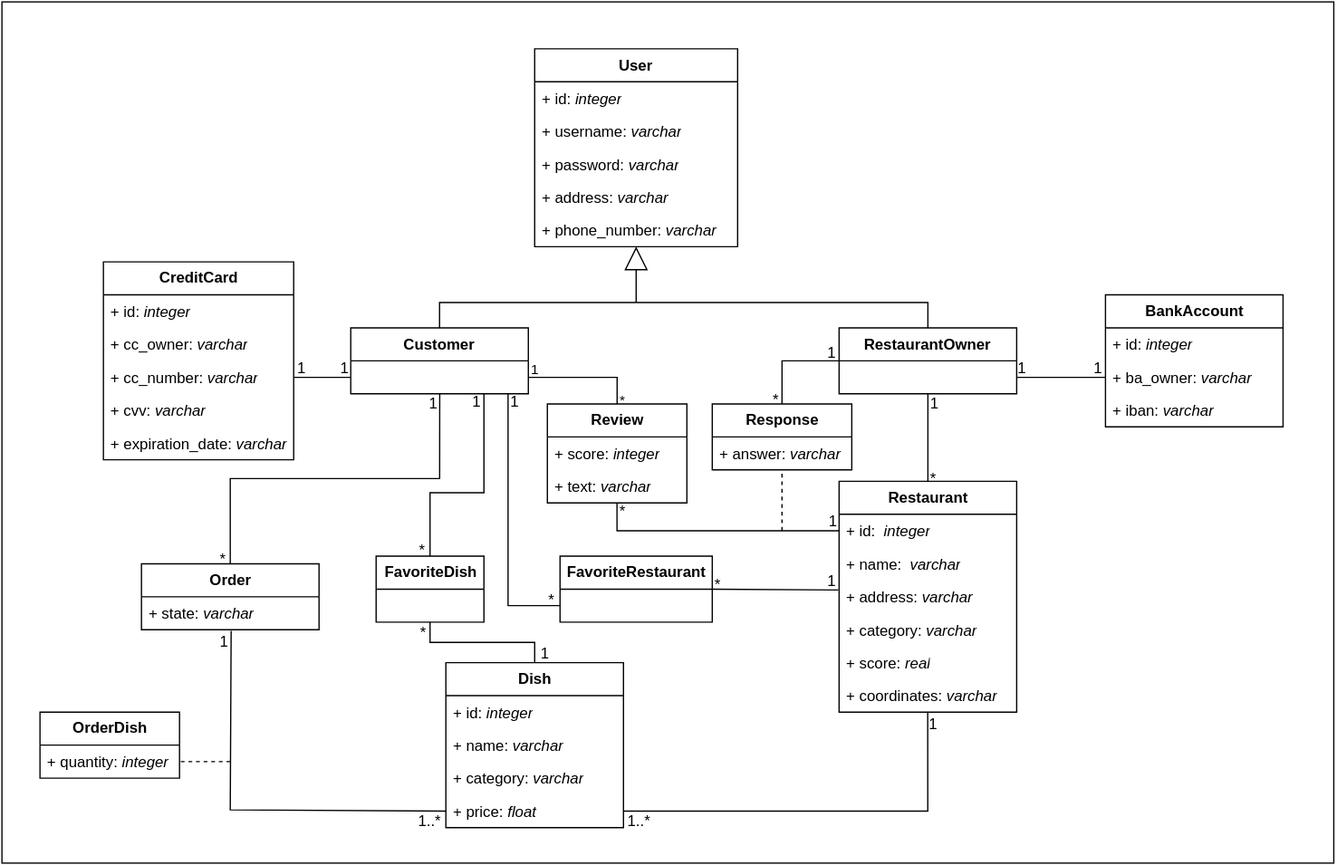
Earlier version of the draw.io export docs/svg/ltw-uml.svg (pedro-ramalho/feup-ltw-proj). Source tidied: cells renumbered, new cells last; positions are measured from the earlier drawing's top-left corner, leaving out a move shared by most shapes.
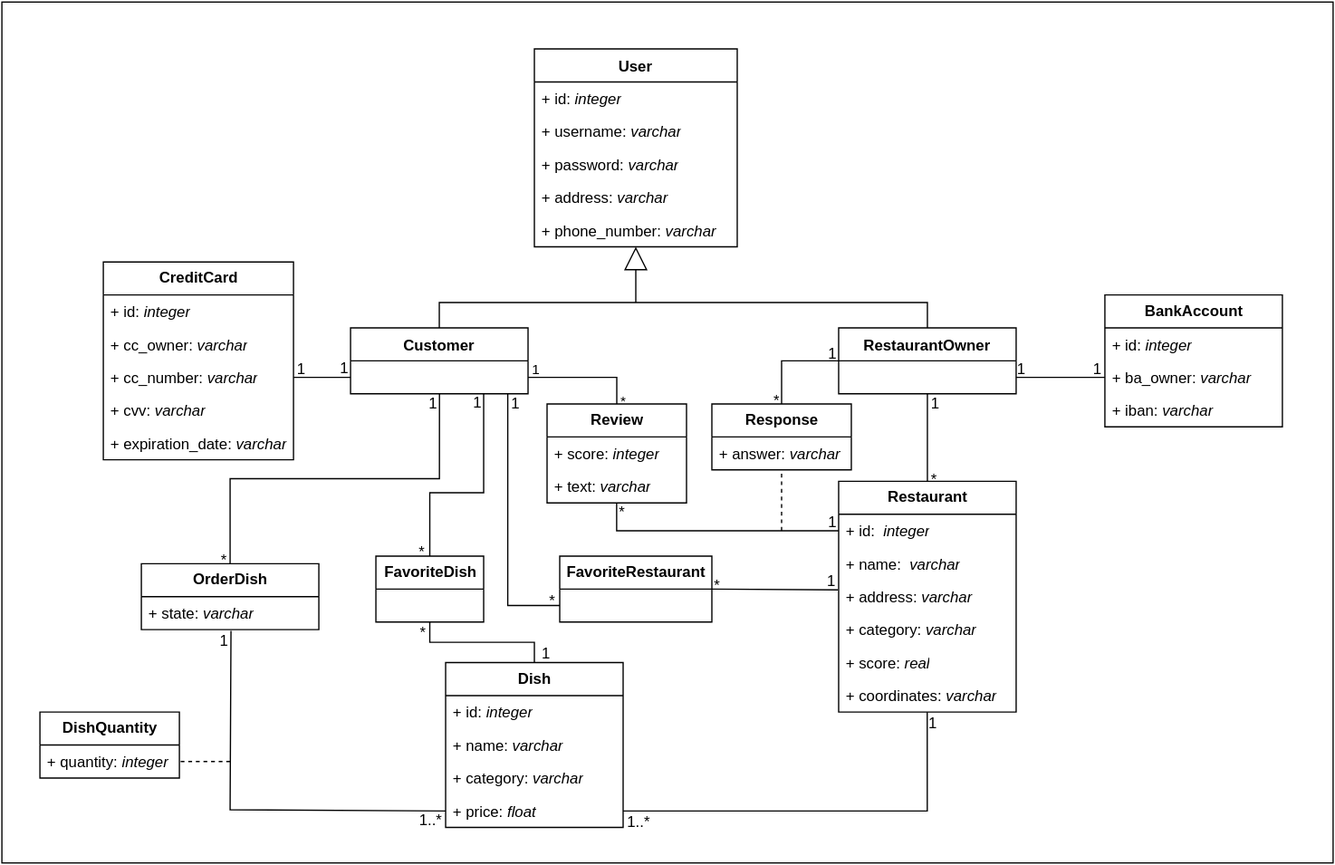
Later version of the same file.

Commit message:
Started populating the database, modified UML

Diff of the diagram source:
```diff
@@ -83,7 +83,7 @@
     <mxCell id="24" value="+ coordinates: &lt;i&gt;varchar&lt;/i&gt;" style="text;strokeColor=none;fillColor=none;align=left;verticalAlign=top;spacingLeft=4;spacingRight=4;overflow=hidden;points=[[0,0.5],[1,0.5]];portConstraint=eastwest;fontSize=12;html=1;" parent="18" vertex="1">
       <mxGeometry y="156" width="140" height="26" as="geometry" />
     </mxCell>
-    <mxCell id="25" value="&lt;b&gt;Order&lt;/b&gt;" style="swimlane;fontStyle=0;horizontal=1;startSize=26;fillColor=none;fontSize=12;html=1;" parent="1" vertex="1">
+    <mxCell id="25" value="&lt;b&gt;OrderDish&lt;/b&gt;" style="swimlane;fontStyle=0;horizontal=1;startSize=26;fillColor=none;fontSize=12;html=1;" parent="1" vertex="1">
       <mxGeometry x="110" y="443" width="140" height="52" as="geometry" />
     </mxCell>
     <mxCell id="26" value="+ state: &lt;i&gt;varchar&lt;/i&gt;" style="text;strokeColor=none;fillColor=none;align=left;verticalAlign=top;spacingLeft=4;spacingRight=4;overflow=hidden;points=[[0,0.5],[1,0.5]];portConstraint=eastwest;fontSize=12;html=1;" parent="25" vertex="1">
@@ -340,7 +340,7 @@
         <mxPoint x="-5" as="offset" />
       </mxGeometry>
     </mxCell>
-    <mxCell id="85" value="&lt;b&gt;OrderDish&lt;/b&gt;" style="swimlane;fontStyle=0;horizontal=1;startSize=26;fillColor=none;labelBackgroundColor=none;fontSize=12;html=1;" parent="1" vertex="1">
+    <mxCell id="85" value="&lt;b&gt;DishQuantity&lt;/b&gt;" style="swimlane;fontStyle=0;horizontal=1;startSize=26;fillColor=none;labelBackgroundColor=none;fontSize=12;html=1;" parent="1" vertex="1">
       <mxGeometry x="30" y="560" width="110" height="52" as="geometry" />
     </mxCell>
     <mxCell id="86" value="+ quantity: &lt;i&gt;integer&lt;/i&gt;" style="text;strokeColor=none;fillColor=none;align=left;verticalAlign=top;spacingLeft=4;spacingRight=4;overflow=hidden;points=[[0,0.5],[1,0.5]];portConstraint=eastwest;labelBackgroundColor=none;fontSize=12;html=1;" parent="85" vertex="1">
```
